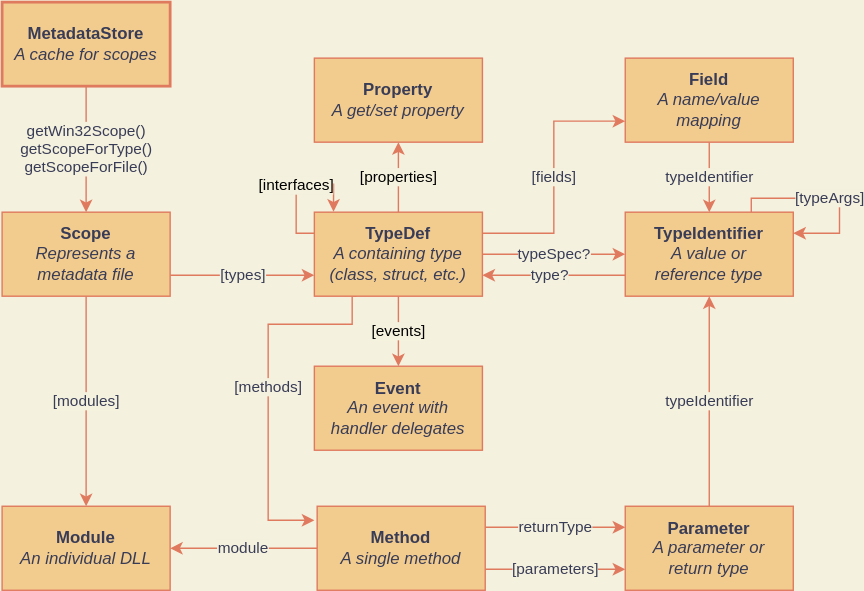
The draw.io diagram metadata.drawio.svg in halildurmus/win32, before a commit. Source tidied: cells renumbered, new cells last; positions are measured from the earlier drawing's top-left corner, leaving out a move shared by most shapes.
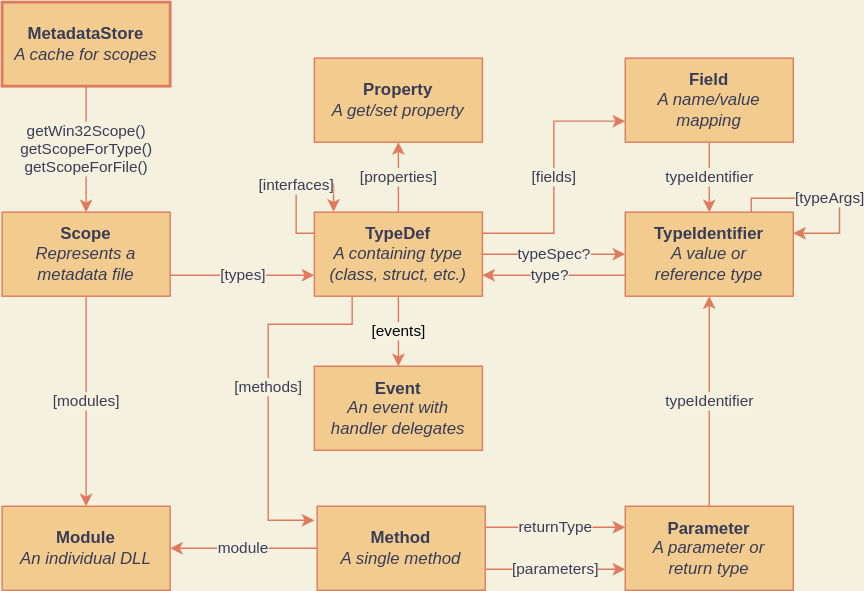
Later version of the same file.

Change to the diagram source:
```diff
@@ -2,7 +2,7 @@
   <root>
     <mxCell id="0" />
     <mxCell id="1" parent="0" />
-    <mxCell id="2" value="&lt;span style=&quot;&quot;&gt;[properties]&lt;/span&gt;" style="edgeStyle=orthogonalEdgeStyle;rounded=0;jettySize=auto;html=1;strokeColor=#E07A5F;labelBackgroundColor=#F4F1DE;labelBorderColor=none;" parent="1" edge="1" source="11" target="25">
+    <mxCell id="2" value="&lt;span style=&quot;&quot;&gt;[properties]&lt;/span&gt;" style="edgeStyle=orthogonalEdgeStyle;rounded=0;jettySize=auto;html=1;strokeColor=#E07A5F;labelBackgroundColor=#F4F1DE;labelBorderColor=none;fontColor=#393C56;" parent="1" edge="1" source="11" target="25">
       <mxGeometry relative="1" as="geometry" />
     </mxCell>
     <mxCell id="3" value="getWin32Scope()&lt;br&gt;getScopeForType()&lt;br&gt;getScopeForFile()" style="edgeStyle=orthogonalEdgeStyle;rounded=0;jettySize=auto;html=1;strokeColor=#E07A5F;fontColor=#393C56;labelBackgroundColor=#F4F1DE;" parent="1" edge="1" source="4" target="7">
@@ -36,7 +36,7 @@
         </Array>
       </mxGeometry>
     </mxCell>
-    <mxCell id="9" value="[interfaces]" style="edgeStyle=orthogonalEdgeStyle;rounded=0;orthogonalLoop=1;jettySize=auto;html=1;exitX=0;exitY=0.25;exitDx=0;exitDy=0;entryX=0.114;entryY=-0.006;entryDx=0;entryDy=0;entryPerimeter=0;fillColor=#ffe6cc;strokeColor=#E07A5F;labelBackgroundColor=#F4F1DE;" parent="1" edge="1" source="11" target="11">
+    <mxCell id="9" value="[interfaces]" style="edgeStyle=orthogonalEdgeStyle;rounded=0;orthogonalLoop=1;jettySize=auto;html=1;exitX=0;exitY=0.25;exitDx=0;exitDy=0;entryX=0.114;entryY=-0.006;entryDx=0;entryDy=0;entryPerimeter=0;strokeColor=#E07A5F;labelBackgroundColor=#F4F1DE;fontColor=#393C56;" parent="1" edge="1" source="11" target="11">
       <mxGeometry relative="1" as="geometry">
         <Array as="points">
           <mxPoint x="210" y="165" />
```
